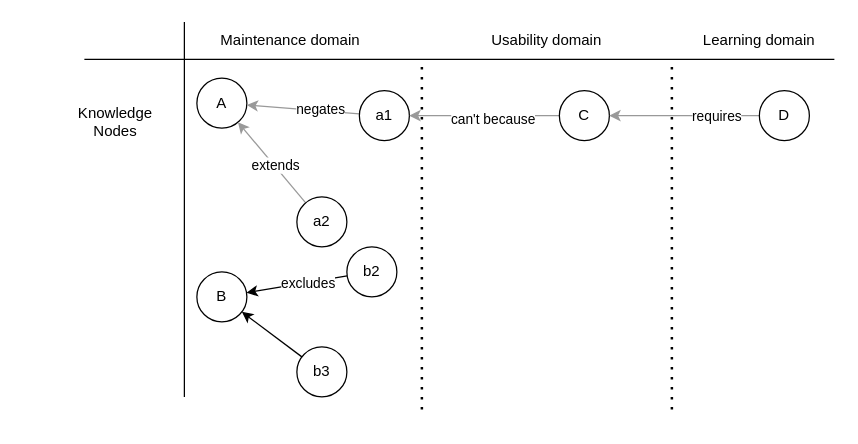
Earlier version of the draw.io diagram page "Knowledge graph architecture" (1 of 2) of knowledgeHub/architecture.drawio (erikpa1/TurtleIntelligenceBackend). Source tidied: cells renumbered, new cells numbered last; positions are measured from the earlier drawing's top-left corner, leaving out a move shared by most shapes. Both pictures are drawn from the tidied source at 125%, with x=0, y=0 at pixel (21, 21).
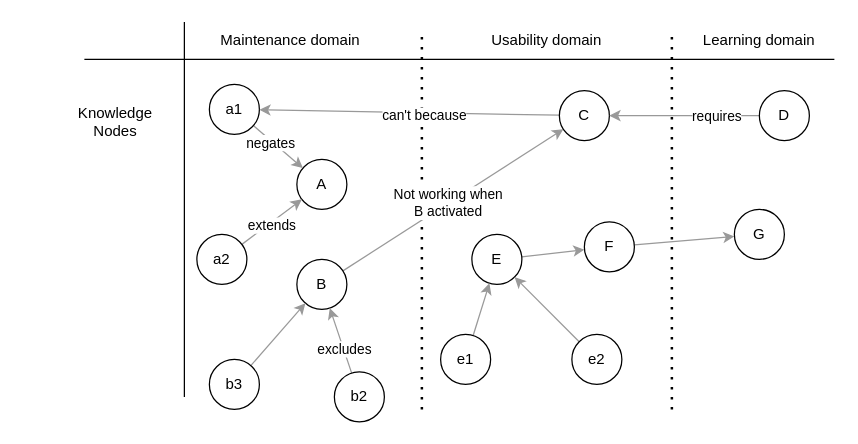
The same diagram, later.

The change refers to these unchanged cells:
```xml
<mxCell id="25" value="C" style="ellipse;whiteSpace=wrap;html=1;" parent="1" vertex="1">
  <mxGeometry x="430" y="55" width="40" height="40" as="geometry" />
</mxCell>
```

The edit, as a diff of the source:
```diff
@@
     <mxCell id="3" style="endArrow=none;dashed=1;html=1;dashPattern=1 3;strokeWidth=2;rounded=0;" parent="1" edge="1">
       <mxGeometry relative="1" as="geometry">
         <mxPoint x="320" y="310" as="sourcePoint" />
-        <mxPoint x="320" y="30" as="targetPoint" />
+        <mxPoint x="320" y="10" as="targetPoint" />
       </mxGeometry>
     </mxCell>
@@
     <mxCell id="5" style="endArrow=none;dashed=1;html=1;dashPattern=1 3;strokeWidth=2;rounded=0;" parent="1" edge="1">
       <mxGeometry relative="1" as="geometry">
         <mxPoint x="520" y="310" as="sourcePoint" />
-        <mxPoint x="520" y="30" as="targetPoint" />
+        <mxPoint x="520" y="10" as="targetPoint" />
       </mxGeometry>
     </mxCell>
@@
     <mxCell id="7" value="A" style="ellipse;whiteSpace=wrap;html=1;" parent="1" vertex="1">
-      <mxGeometry x="140" y="45" width="40" height="40" as="geometry" />
+      <mxGeometry x="220" y="110" width="40" height="40" as="geometry" />
     </mxCell>
@@
+    <mxCell id="29" style="edgeStyle=none;rounded=0;jettySize=auto;html=1;strokeColor=#999999;" parent="1" edge="1" source="11" target="25">
+      <mxGeometry relative="1" as="geometry" />
+    </mxCell>
+    <mxCell id="30" value="Not working when&lt;div&gt;B activated&lt;/div&gt;" style="edgeLabel;html=1;align=center;verticalAlign=middle;" parent="29" vertex="1">
+      <mxGeometry x="-0.05" y="1" relative="1" as="geometry" />
+    </mxCell>
     <mxCell id="11" value="B" style="ellipse;whiteSpace=wrap;html=1;" parent="1" vertex="1">
-      <mxGeometry x="140" y="200" width="40" height="40" as="geometry" />
+      <mxGeometry x="220" y="190" width="40" height="40" as="geometry" />
     </mxCell>
@@
     <mxCell id="14" value="a1" style="ellipse;whiteSpace=wrap;html=1;" parent="1" vertex="1">
-      <mxGeometry x="270" y="55" width="40" height="40" as="geometry" />
+      <mxGeometry x="150" y="50" width="40" height="40" as="geometry" />
     </mxCell>
@@
     <mxCell id="17" value="a2" style="ellipse;whiteSpace=wrap;html=1;" parent="1" vertex="1">
-      <mxGeometry x="220" y="140" width="40" height="40" as="geometry" />
+      <mxGeometry x="140" y="170" width="40" height="40" as="geometry" />
     </mxCell>
-    <mxCell id="18" style="edgeStyle=none;rounded=0;jettySize=auto;html=1;" parent="1" edge="1" source="20" target="11">
+    <mxCell id="18" style="edgeStyle=none;rounded=0;jettySize=auto;html=1;strokeColor=#999999;" parent="1" edge="1" source="20" target="11">
       <mxGeometry relative="1" as="geometry" />
     </mxCell>
@@
     <mxCell id="20" value="b2" style="ellipse;whiteSpace=wrap;html=1;" parent="1" vertex="1">
-      <mxGeometry x="260" y="180" width="40" height="40" as="geometry" />
+      <mxGeometry x="250" y="280" width="40" height="40" as="geometry" />
     </mxCell>
-    <mxCell id="21" style="edgeStyle=none;rounded=0;jettySize=auto;html=1;" parent="1" edge="1" source="22" target="11">
+    <mxCell id="21" style="edgeStyle=none;rounded=0;jettySize=auto;html=1;strokeColor=#999999;" parent="1" edge="1" source="22" target="11">
       <mxGeometry relative="1" as="geometry" />
     </mxCell>
     <mxCell id="22" value="b3" style="ellipse;whiteSpace=wrap;html=1;" parent="1" vertex="1">
-      <mxGeometry x="220" y="260" width="40" height="40" as="geometry" />
+      <mxGeometry x="150" y="270" width="40" height="40" as="geometry" />
     </mxCell>
@@
+    <mxCell id="31" style="edgeStyle=none;rounded=0;jettySize=auto;html=1;strokeColor=#999999;" parent="1" edge="1" source="32" target="38">
+      <mxGeometry relative="1" as="geometry" />
+    </mxCell>
+    <mxCell id="32" value="E" style="ellipse;whiteSpace=wrap;html=1;" parent="1" vertex="1">
+      <mxGeometry x="360" y="170" width="40" height="40" as="geometry" />
+    </mxCell>
+    <mxCell id="33" style="edgeStyle=none;rounded=0;jettySize=auto;html=1;strokeColor=#999999;" parent="1" edge="1" source="34" target="32">
+      <mxGeometry relative="1" as="geometry" />
+    </mxCell>
+    <mxCell id="34" value="e2" style="ellipse;whiteSpace=wrap;html=1;" parent="1" vertex="1">
+      <mxGeometry x="440" y="250" width="40" height="40" as="geometry" />
+    </mxCell>
+    <mxCell id="35" style="edgeStyle=none;rounded=0;jettySize=auto;html=1;strokeColor=#999999;" parent="1" edge="1" source="36" target="32">
+      <mxGeometry relative="1" as="geometry" />
+    </mxCell>
+    <mxCell id="36" value="e1" style="ellipse;whiteSpace=wrap;html=1;" parent="1" vertex="1">
+      <mxGeometry x="335" y="250" width="40" height="40" as="geometry" />
+    </mxCell>
+    <mxCell id="37" style="edgeStyle=none;rounded=0;jettySize=auto;html=1;strokeColor=#999999;" parent="1" edge="1" source="38" target="39">
+      <mxGeometry relative="1" as="geometry" />
+    </mxCell>
+    <mxCell id="38" value="F" style="ellipse;whiteSpace=wrap;html=1;" parent="1" vertex="1">
+      <mxGeometry x="450" y="160" width="40" height="40" as="geometry" />
+    </mxCell>
+    <mxCell id="39" value="G" style="ellipse;whiteSpace=wrap;html=1;" parent="1" vertex="1">
+      <mxGeometry x="570" y="150" width="40" height="40" as="geometry" />
+    </mxCell>
```
